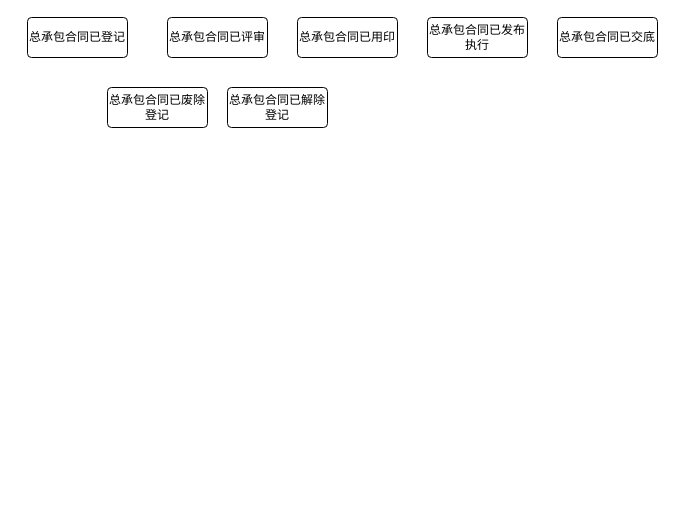
Before: 未命名绘图.drawio in YangLiuL/draw-res, a draw.io diagram. Source tidied: cells renumbered, new cells numbered last; positions are measured from the earlier drawing's top-left corner, leaving out a move shared by most shapes. Both pictures are drawn from the tidied source at 100%, with x=0, y=0 at pixel (27, 17).
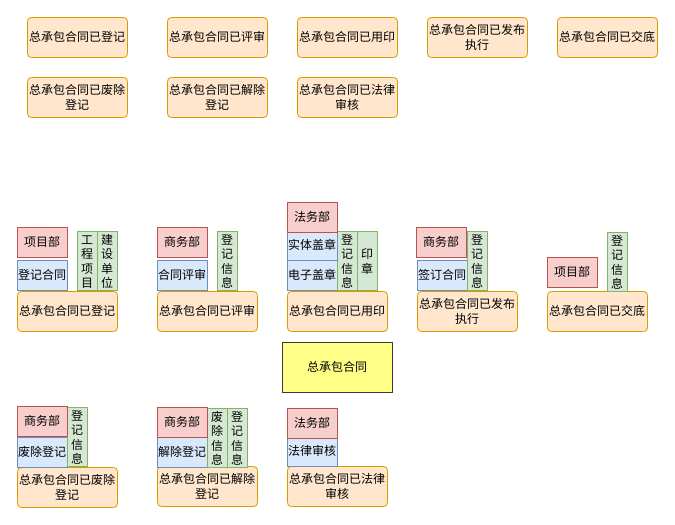
After the change.

The edit, as a diff of the source:
```diff
@@
-    <mxCell id="2" value="总承包合同已评审" style="rounded=1;arcSize=10;whiteSpace=wrap;html=1;align=center;" parent="1" vertex="1">
+    <mxCell id="2" value="总承包合同已评审" style="rounded=1;arcSize=10;whiteSpace=wrap;html=1;align=center;fillColor=#ffe6cc;strokeColor=#d79b00;" parent="1" vertex="1">
       <mxGeometry x="140" width="100" height="40" as="geometry" />
     </mxCell>
-    <mxCell id="3" value="总承包合同已登记" style="rounded=1;arcSize=10;whiteSpace=wrap;html=1;align=center;" parent="1" vertex="1">
+    <mxCell id="3" value="总承包合同已登记" style="rounded=1;arcSize=10;whiteSpace=wrap;html=1;align=center;fillColor=#ffe6cc;strokeColor=#d79b00;" parent="1" vertex="1">
       <mxGeometry width="100" height="40" as="geometry" />
     </mxCell>
-    <mxCell id="4" value="总承包合同已交底" style="rounded=1;arcSize=10;whiteSpace=wrap;html=1;align=center;" parent="1" vertex="1">
+    <mxCell id="4" value="总承包合同已交底" style="rounded=1;arcSize=10;whiteSpace=wrap;html=1;align=center;fillColor=#ffe6cc;strokeColor=#d79b00;" parent="1" vertex="1">
       <mxGeometry x="530" width="100" height="40" as="geometry" />
     </mxCell>
-    <mxCell id="5" value="总承包合同已发布执行" style="rounded=1;arcSize=10;whiteSpace=wrap;html=1;align=center;" parent="1" vertex="1">
+    <mxCell id="5" value="总承包合同已发布执行" style="rounded=1;arcSize=10;whiteSpace=wrap;html=1;align=center;fillColor=#ffe6cc;strokeColor=#d79b00;" parent="1" vertex="1">
       <mxGeometry x="400" width="100" height="40" as="geometry" />
     </mxCell>
-    <mxCell id="6" value="总承包合同已解除登记" style="rounded=1;arcSize=10;whiteSpace=wrap;html=1;align=center;" parent="1" vertex="1">
-      <mxGeometry x="200" y="70" width="100" height="40" as="geometry" />
+    <mxCell id="6" value="总承包合同已解除登记" style="rounded=1;arcSize=10;whiteSpace=wrap;html=1;align=center;fillColor=#ffe6cc;strokeColor=#d79b00;" parent="1" vertex="1">
+      <mxGeometry x="140" y="60" width="100" height="40" as="geometry" />
     </mxCell>
-    <mxCell id="7" value="总承包合同已废除登记" style="rounded=1;arcSize=10;whiteSpace=wrap;html=1;align=center;" parent="1" vertex="1">
-      <mxGeometry x="80" y="70" width="100" height="40" as="geometry" />
+    <mxCell id="7" value="总承包合同已废除登记" style="rounded=1;arcSize=10;whiteSpace=wrap;html=1;align=center;fillColor=#ffe6cc;strokeColor=#d79b00;" parent="1" vertex="1">
+      <mxGeometry y="60" width="100" height="40" as="geometry" />
     </mxCell>
-    <mxCell id="8" value="总承包合同已用印" style="rounded=1;arcSize=10;whiteSpace=wrap;html=1;align=center;" parent="1" vertex="1">
+    <mxCell id="8" value="总承包合同已用印" style="rounded=1;arcSize=10;whiteSpace=wrap;html=1;align=center;fillColor=#ffe6cc;strokeColor=#d79b00;" parent="1" vertex="1">
       <mxGeometry x="270" width="100" height="40" as="geometry" />
     </mxCell>
+    <mxCell id="9" value="总承包合同已评审" style="rounded=1;arcSize=10;whiteSpace=wrap;html=1;align=center;fillColor=#ffe6cc;strokeColor=#d79b00;" parent="1" vertex="1">
+      <mxGeometry x="130" y="274" width="100" height="40" as="geometry" />
+    </mxCell>
+    <mxCell id="10" value="总承包合同已登记" style="rounded=1;arcSize=10;whiteSpace=wrap;html=1;align=center;fillColor=#ffe6cc;strokeColor=#d79b00;" parent="1" vertex="1">
+      <mxGeometry x="-10" y="274" width="100" height="40" as="geometry" />
+    </mxCell>
+    <mxCell id="11" value="总承包合同已交底" style="rounded=1;arcSize=10;whiteSpace=wrap;html=1;align=center;fillColor=#ffe6cc;strokeColor=#d79b00;" parent="1" vertex="1">
+      <mxGeometry x="520" y="274" width="100" height="40" as="geometry" />
+    </mxCell>
+    <mxCell id="12" value="总承包合同已发布执行" style="rounded=1;arcSize=10;whiteSpace=wrap;html=1;align=center;fillColor=#ffe6cc;strokeColor=#d79b00;" parent="1" vertex="1">
+      <mxGeometry x="390" y="274" width="100" height="40" as="geometry" />
+    </mxCell>
+    <mxCell id="13" value="总承包合同已解除登记" style="rounded=1;arcSize=10;whiteSpace=wrap;html=1;align=center;fillColor=#ffe6cc;strokeColor=#d79b00;" parent="1" vertex="1">
+      <mxGeometry x="130" y="449" width="100" height="40" as="geometry" />
+    </mxCell>
+    <mxCell id="14" value="总承包合同已废除登记" style="rounded=1;arcSize=10;whiteSpace=wrap;html=1;align=center;fillColor=#ffe6cc;strokeColor=#d79b00;" parent="1" vertex="1">
+      <mxGeometry x="-10" y="450" width="100" height="40" as="geometry" />
+    </mxCell>
+    <mxCell id="15" value="总承包合同已用印" style="rounded=1;arcSize=10;whiteSpace=wrap;html=1;align=center;fillColor=#ffe6cc;strokeColor=#d79b00;" parent="1" vertex="1">
+      <mxGeometry x="260" y="274" width="100" height="40" as="geometry" />
+    </mxCell>
+    <mxCell id="16" value="登记合同" style="rounded=0;whiteSpace=wrap;html=1;fillColor=#dae8fc;strokeColor=#6c8ebf;" parent="1" vertex="1">
+      <mxGeometry x="-10" y="243" width="50" height="30" as="geometry" />
+    </mxCell>
+    <mxCell id="17" value="合同评审" style="rounded=0;whiteSpace=wrap;html=1;fillColor=#dae8fc;strokeColor=#6c8ebf;" parent="1" vertex="1">
+      <mxGeometry x="130" y="243" width="50" height="30" as="geometry" />
+    </mxCell>
+    <mxCell id="18" value="电子盖章" style="rounded=0;whiteSpace=wrap;html=1;fillColor=#dae8fc;strokeColor=#6c8ebf;" parent="1" vertex="1">
+      <mxGeometry x="260" y="243" width="50" height="30" as="geometry" />
+    </mxCell>
+    <mxCell id="19" value="签订合同" style="rounded=0;whiteSpace=wrap;html=1;fillColor=#dae8fc;strokeColor=#6c8ebf;" parent="1" vertex="1">
+      <mxGeometry x="390" y="243" width="50" height="30" as="geometry" />
+    </mxCell>
+    <mxCell id="20" value="废除登记" style="rounded=0;whiteSpace=wrap;html=1;fillColor=#dae8fc;strokeColor=#6c8ebf;" parent="1" vertex="1">
+      <mxGeometry x="-10" y="420" width="50" height="30" as="geometry" />
+    </mxCell>
+    <mxCell id="21" value="解除登记" style="rounded=0;whiteSpace=wrap;html=1;fillColor=#dae8fc;strokeColor=#6c8ebf;" parent="1" vertex="1">
+      <mxGeometry x="130" y="420" width="50" height="30" as="geometry" />
+    </mxCell>
+    <mxCell id="22" value="项目部" style="rounded=0;whiteSpace=wrap;html=1;fillColor=#f8cecc;strokeColor=#b85450;" parent="1" vertex="1">
+      <mxGeometry x="-10" y="210" width="50" height="30" as="geometry" />
+    </mxCell>
+    <mxCell id="23" value="工程项目" style="rounded=0;whiteSpace=wrap;html=1;fillColor=#d5e8d4;strokeColor=#82b366;" parent="1" vertex="1">
+      <mxGeometry x="50" y="214" width="20" height="59" as="geometry" />
+    </mxCell>
+    <mxCell id="24" value="印章" style="rounded=0;whiteSpace=wrap;html=1;fillColor=#d5e8d4;strokeColor=#82b366;" parent="1" vertex="1">
+      <mxGeometry x="330" y="214" width="20" height="59" as="geometry" />
+    </mxCell>
+    <mxCell id="25" value="建设单位" style="rounded=0;whiteSpace=wrap;html=1;fillColor=#d5e8d4;strokeColor=#82b366;" parent="1" vertex="1">
+      <mxGeometry x="70" y="214" width="20" height="59" as="geometry" />
+    </mxCell>
+    <mxCell id="26" value="登记信息" style="rounded=0;whiteSpace=wrap;html=1;fillColor=#d5e8d4;strokeColor=#82b366;" parent="1" vertex="1">
+      <mxGeometry x="190" y="214" width="20" height="59" as="geometry" />
+    </mxCell>
+    <mxCell id="27" value="登记信息" style="rounded=0;whiteSpace=wrap;html=1;fillColor=#d5e8d4;strokeColor=#82b366;" parent="1" vertex="1">
+      <mxGeometry x="310" y="214" width="20" height="59" as="geometry" />
+    </mxCell>
+    <mxCell id="28" value="登记信息" style="rounded=0;whiteSpace=wrap;html=1;fillColor=#d5e8d4;strokeColor=#82b366;" parent="1" vertex="1">
+      <mxGeometry x="440" y="214" width="20" height="59" as="geometry" />
+    </mxCell>
+    <mxCell id="29" value="登记信息" style="rounded=0;whiteSpace=wrap;html=1;fillColor=#d5e8d4;strokeColor=#82b366;" parent="1" vertex="1">
+      <mxGeometry x="580" y="215" width="20" height="59" as="geometry" />
+    </mxCell>
+    <mxCell id="30" value="登记信息" style="rounded=0;whiteSpace=wrap;html=1;fillColor=#d5e8d4;strokeColor=#82b366;" parent="1" vertex="1">
+      <mxGeometry x="40" y="390" width="20" height="59" as="geometry" />
+    </mxCell>
+    <mxCell id="31" value="登记信息" style="rounded=0;whiteSpace=wrap;html=1;fillColor=#d5e8d4;strokeColor=#82b366;" parent="1" vertex="1">
+      <mxGeometry x="200" y="391" width="20" height="59" as="geometry" />
+    </mxCell>
+    <mxCell id="32" value="废除信息" style="rounded=0;whiteSpace=wrap;html=1;fillColor=#d5e8d4;strokeColor=#82b366;" parent="1" vertex="1">
+      <mxGeometry x="180" y="391" width="20" height="59" as="geometry" />
+    </mxCell>
+    <mxCell id="33" value="总承包合同" style="rounded=0;whiteSpace=wrap;html=1;fillColor=#ffff88;strokeColor=#36393d;" parent="1" vertex="1">
+      <mxGeometry x="255" y="325" width="110" height="50" as="geometry" />
+    </mxCell>
+    <mxCell id="34" value="实体盖章" style="rounded=0;whiteSpace=wrap;html=1;fillColor=#dae8fc;strokeColor=#6c8ebf;" parent="1" vertex="1">
+      <mxGeometry x="260" y="213" width="50" height="30" as="geometry" />
+    </mxCell>
+    <mxCell id="35" value="总承包合同已法律审核" style="rounded=1;arcSize=10;whiteSpace=wrap;html=1;align=center;fillColor=#ffe6cc;strokeColor=#d79b00;" parent="1" vertex="1">
+      <mxGeometry x="270" y="60" width="100" height="40" as="geometry" />
+    </mxCell>
+    <mxCell id="36" value="总承包合同已法律审核" style="rounded=1;arcSize=10;whiteSpace=wrap;html=1;align=center;fillColor=#ffe6cc;strokeColor=#d79b00;" parent="1" vertex="1">
+      <mxGeometry x="260" y="449" width="100" height="40" as="geometry" />
+    </mxCell>
+    <mxCell id="37" value="法律审核" style="rounded=0;whiteSpace=wrap;html=1;fillColor=#dae8fc;strokeColor=#6c8ebf;" parent="1" vertex="1">
+      <mxGeometry x="260" y="419" width="50" height="30" as="geometry" />
+    </mxCell>
+    <mxCell id="38" value="商务部" style="rounded=0;whiteSpace=wrap;html=1;fillColor=#f8cecc;strokeColor=#b85450;" parent="1" vertex="1">
+      <mxGeometry x="130" y="210" width="50" height="30" as="geometry" />
+    </mxCell>
+    <mxCell id="39" value="法务部" style="rounded=0;whiteSpace=wrap;html=1;fillColor=#f8cecc;strokeColor=#b85450;" parent="1" vertex="1">
+      <mxGeometry x="260" y="185" width="50" height="30" as="geometry" />
+    </mxCell>
+    <mxCell id="40" value="商务部" style="rounded=0;whiteSpace=wrap;html=1;fillColor=#f8cecc;strokeColor=#b85450;" parent="1" vertex="1">
+      <mxGeometry x="389" y="210" width="50" height="30" as="geometry" />
+    </mxCell>
+    <mxCell id="41" value="项目部" style="rounded=0;whiteSpace=wrap;html=1;fillColor=#f8cecc;strokeColor=#b85450;" parent="1" vertex="1">
+      <mxGeometry x="520" y="240" width="50" height="30" as="geometry" />
+    </mxCell>
+    <mxCell id="42" value="商务部" style="rounded=0;whiteSpace=wrap;html=1;fillColor=#f8cecc;strokeColor=#b85450;" parent="1" vertex="1">
+      <mxGeometry x="-10" y="389" width="50" height="30" as="geometry" />
+    </mxCell>
+    <mxCell id="43" value="商务部" style="rounded=0;whiteSpace=wrap;html=1;fillColor=#f8cecc;strokeColor=#b85450;" parent="1" vertex="1">
+      <mxGeometry x="130" y="390" width="50" height="30" as="geometry" />
+    </mxCell>
+    <mxCell id="44" value="法务部" style="rounded=0;whiteSpace=wrap;html=1;fillColor=#f8cecc;strokeColor=#b85450;" parent="1" vertex="1">
+      <mxGeometry x="260" y="391" width="50" height="30" as="geometry" />
+    </mxCell>
```
